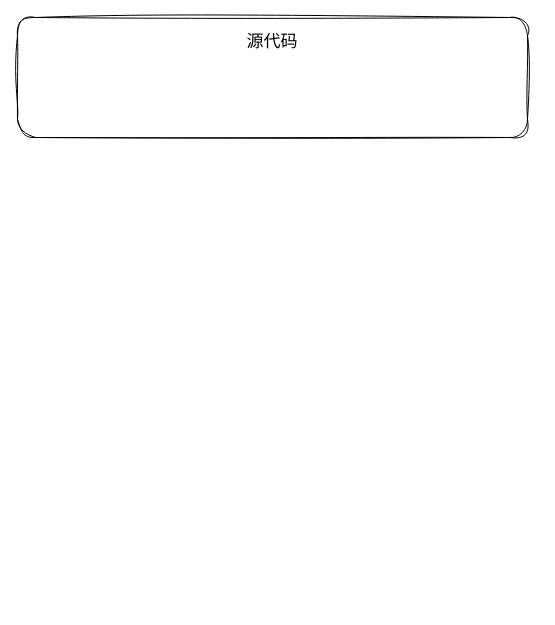
Before: adk.drawio in skindhu/9GAG, a draw.io diagram. Source tidied: cells renumbered, new cells numbered last; positions are measured from the earlier drawing's top-left corner, leaving out a move shared by most shapes. Both pictures are drawn from the tidied source at 100%, with x=0, y=0 at pixel (17, 17).
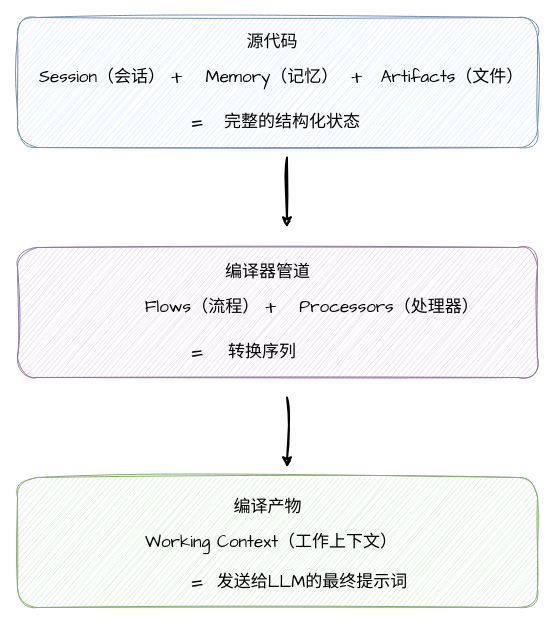
Above is the later version.

The edit, as a diff of the source:
```diff
@@
-    <mxCell id="2" style="rounded=1;whiteSpace=wrap;html=1;sketch=1;hachureGap=4;jiggle=2;curveFitting=1;fontFamily=Architects Daughter;" parent="1" vertex="1">
-      <mxGeometry width="510" height="120" as="geometry" />
+    <mxCell id="2" style="rounded=1;whiteSpace=wrap;html=1;sketch=1;hachureGap=4;jiggle=2;curveFitting=1;fontFamily=Architects Daughter;fillColor=#dae8fc;strokeColor=#6c8ebf;" parent="1" vertex="1">
+      <mxGeometry width="520" height="130" as="geometry" />
     </mxCell>
@@
+    <mxCell id="4" value="Session（会话）" style="text;html=1;whiteSpace=wrap;strokeColor=none;fillColor=none;align=center;verticalAlign=middle;rounded=0;fontFamily=Architects Daughter;fontSize=17;" parent="1" vertex="1">
+      <mxGeometry x="20" y="45" width="130" height="30" as="geometry" />
+    </mxCell>
+    <mxCell id="5" value="Memory（记忆）" style="text;html=1;whiteSpace=wrap;strokeColor=none;fillColor=none;align=center;verticalAlign=middle;rounded=0;fontFamily=Architects Daughter;fontSize=17;" parent="1" vertex="1">
+      <mxGeometry x="180" y="45" width="150" height="30" as="geometry" />
+    </mxCell>
+    <mxCell id="6" value="+" style="text;html=1;whiteSpace=wrap;strokeColor=none;fillColor=none;align=center;verticalAlign=middle;rounded=0;fontFamily=Architects Daughter;fontSize=22;" parent="1" vertex="1">
+      <mxGeometry x="140" y="45" width="40" height="30" as="geometry" />
+    </mxCell>
+    <mxCell id="7" value="Artifacts（文件）" style="text;html=1;whiteSpace=wrap;strokeColor=none;fillColor=none;align=center;verticalAlign=middle;rounded=0;fontFamily=Architects Daughter;fontSize=17;" parent="1" vertex="1">
+      <mxGeometry x="360" y="45" width="150" height="30" as="geometry" />
+    </mxCell>
+    <mxCell id="8" value="+" style="text;html=1;whiteSpace=wrap;strokeColor=none;fillColor=none;align=center;verticalAlign=middle;rounded=0;fontFamily=Architects Daughter;fontSize=22;" parent="1" vertex="1">
+      <mxGeometry x="320" y="45" width="40" height="30" as="geometry" />
+    </mxCell>
+    <mxCell id="9" value="=" style="text;html=1;whiteSpace=wrap;strokeColor=none;fillColor=none;align=center;verticalAlign=middle;rounded=0;fontFamily=Architects Daughter;fontSize=28;" parent="1" vertex="1">
+      <mxGeometry x="160" y="90" width="40" height="30" as="geometry" />
+    </mxCell>
+    <mxCell id="10" value="完整的结构化状态" style="text;html=1;whiteSpace=wrap;strokeColor=none;fillColor=none;align=center;verticalAlign=middle;rounded=0;fontFamily=Architects Daughter;fontSize=17;" parent="1" vertex="1">
+      <mxGeometry x="200" y="90" width="150" height="30" as="geometry" />
+    </mxCell>
+    <mxCell id="11" style="rounded=1;whiteSpace=wrap;html=1;sketch=1;hachureGap=4;jiggle=2;curveFitting=1;fontFamily=Architects Daughter;fillColor=#e1d5e7;strokeColor=#9673a6;" parent="1" vertex="1">
+      <mxGeometry y="230" width="520" height="130" as="geometry" />
+    </mxCell>
+    <mxCell id="12" value="编译器管道" style="text;html=1;whiteSpace=wrap;strokeColor=none;fillColor=none;align=center;verticalAlign=middle;rounded=0;fontFamily=Architects Daughter;fontSize=17;" parent="1" vertex="1">
+      <mxGeometry x="197.5" y="240" width="105" height="30" as="geometry" />
+    </mxCell>
+    <mxCell id="13" value="Flows（流程）" style="text;html=1;whiteSpace=wrap;strokeColor=none;fillColor=none;align=center;verticalAlign=middle;rounded=0;fontFamily=Architects Daughter;fontSize=17;" parent="1" vertex="1">
+      <mxGeometry x="120" y="275" width="130" height="30" as="geometry" />
+    </mxCell>
+    <mxCell id="14" value="Processors（处理器）" style="text;html=1;whiteSpace=wrap;strokeColor=none;fillColor=none;align=center;verticalAlign=middle;rounded=0;fontFamily=Architects Daughter;fontSize=17;" parent="1" vertex="1">
+      <mxGeometry x="274" y="275" width="196" height="30" as="geometry" />
+    </mxCell>
+    <mxCell id="15" value="+" style="text;html=1;whiteSpace=wrap;strokeColor=none;fillColor=none;align=center;verticalAlign=middle;rounded=0;fontFamily=Architects Daughter;fontSize=22;" parent="1" vertex="1">
+      <mxGeometry x="234" y="275" width="40" height="30" as="geometry" />
+    </mxCell>
+    <mxCell id="16" value="=" style="text;html=1;whiteSpace=wrap;strokeColor=none;fillColor=none;align=center;verticalAlign=middle;rounded=0;fontFamily=Architects Daughter;fontSize=28;" parent="1" vertex="1">
+      <mxGeometry x="160" y="320" width="40" height="30" as="geometry" />
+    </mxCell>
+    <mxCell id="17" value="转换序列" style="text;html=1;whiteSpace=wrap;strokeColor=none;fillColor=none;align=center;verticalAlign=middle;rounded=0;fontFamily=Architects Daughter;fontSize=17;" parent="1" vertex="1">
+      <mxGeometry x="200" y="320" width="90" height="30" as="geometry" />
+    </mxCell>
+    <mxCell id="18" style="rounded=1;whiteSpace=wrap;html=1;sketch=1;hachureGap=4;jiggle=2;curveFitting=1;fontFamily=Architects Daughter;fillColor=#d5e8d4;strokeColor=#82b366;" parent="1" vertex="1">
+      <mxGeometry y="460" width="520" height="130" as="geometry" />
+    </mxCell>
+    <mxCell id="19" value="编译产物" style="text;html=1;whiteSpace=wrap;strokeColor=none;fillColor=none;align=center;verticalAlign=middle;rounded=0;fontFamily=Architects Daughter;fontSize=17;" parent="1" vertex="1">
+      <mxGeometry x="197.5" y="475" width="105" height="30" as="geometry" />
+    </mxCell>
+    <mxCell id="20" value="Working Context（工作上下文）" style="text;html=1;whiteSpace=wrap;strokeColor=none;fillColor=none;align=center;verticalAlign=middle;rounded=0;fontFamily=Architects Daughter;fontSize=17;" parent="1" vertex="1">
+      <mxGeometry x="116" y="510" width="276" height="30" as="geometry" />
+    </mxCell>
+    <mxCell id="21" value="=" style="text;html=1;whiteSpace=wrap;strokeColor=none;fillColor=none;align=center;verticalAlign=middle;rounded=0;fontFamily=Architects Daughter;fontSize=28;" parent="1" vertex="1">
+      <mxGeometry x="160" y="550" width="40" height="30" as="geometry" />
+    </mxCell>
+    <mxCell id="22" value="发送给LLM的最终提示词" style="text;html=1;whiteSpace=wrap;strokeColor=none;fillColor=none;align=center;verticalAlign=middle;rounded=0;fontFamily=Architects Daughter;fontSize=17;" parent="1" vertex="1">
+      <mxGeometry x="180" y="550" width="230" height="30" as="geometry" />
+    </mxCell>
+    <mxCell id="23" style="endArrow=classic;html=1;rounded=0;sketch=1;hachureGap=4;jiggle=2;curveFitting=1;fontFamily=Architects Daughter;strokeWidth=2;" parent="1" edge="1">
+      <mxGeometry relative="1" as="geometry">
+        <mxPoint x="269.5" y="140" as="sourcePoint" />
+        <mxPoint x="269.5" y="210" as="targetPoint" />
+      </mxGeometry>
+    </mxCell>
+    <mxCell id="24" style="endArrow=classic;html=1;rounded=0;sketch=1;hachureGap=4;jiggle=2;curveFitting=1;fontFamily=Architects Daughter;strokeWidth=2;" parent="1" edge="1">
+      <mxGeometry relative="1" as="geometry">
+        <mxPoint x="269.5" y="380" as="sourcePoint" />
+        <mxPoint x="269.5" y="450" as="targetPoint" />
+      </mxGeometry>
+    </mxCell>
```
